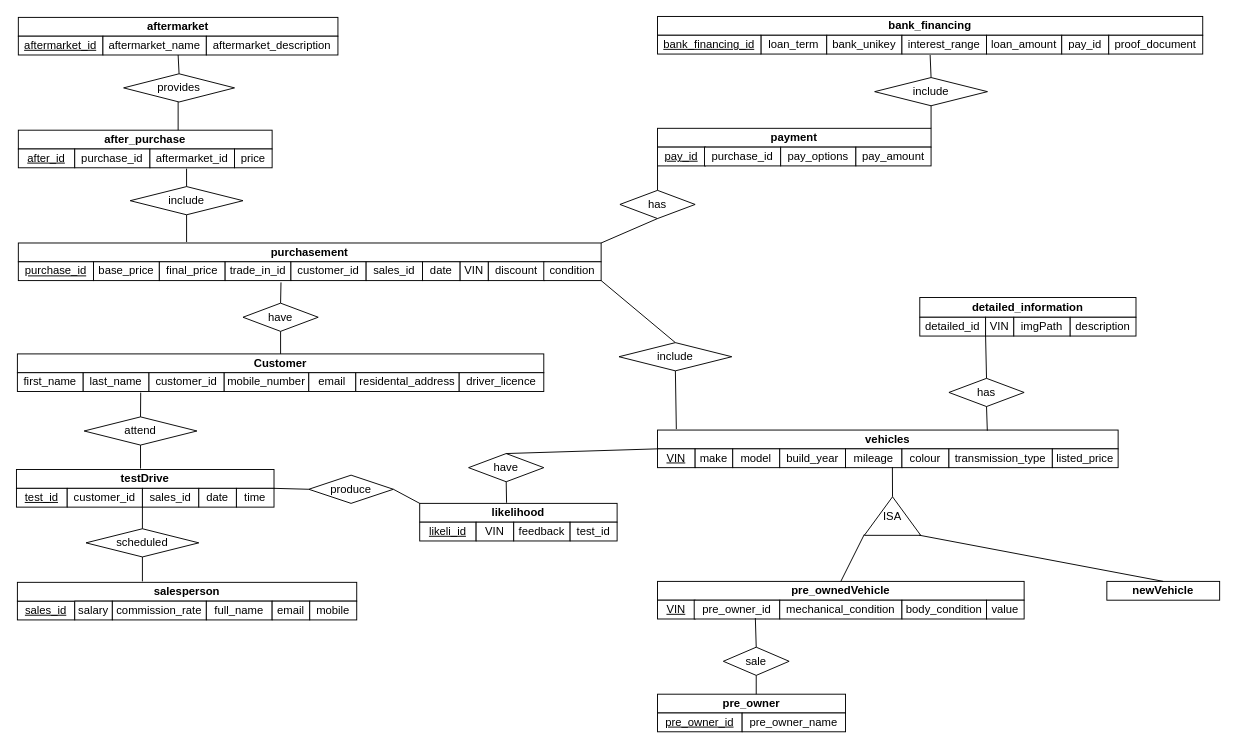
The draw.io diagram 未命名绘图.drawio in Syrus-jpg/LeetCode, before the edit. Source tidied: cells renumbered, new cells numbered last; positions are measured from the earlier drawing's top-left corner, leaving out a move shared by most shapes. Both pictures are drawn from the tidied source at 94%, with x=0, y=0 at pixel (16, 16).
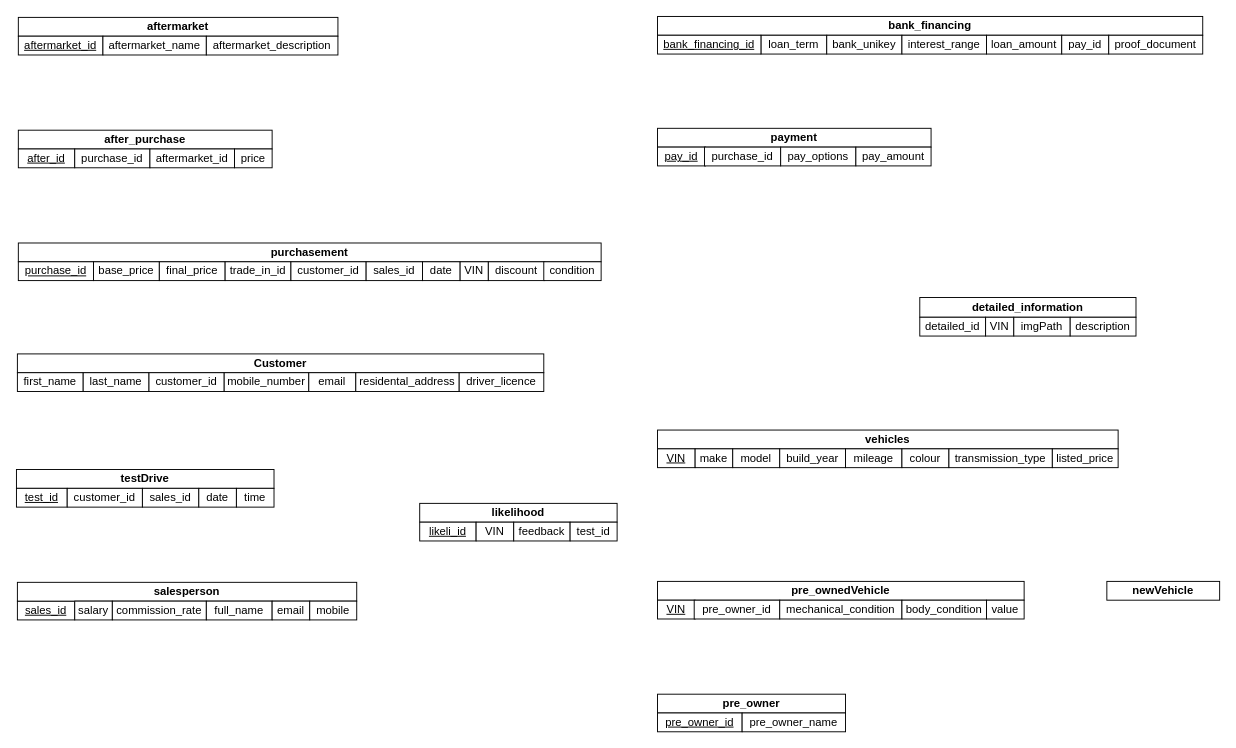
The same page after the edit.

Commit message:
更新未命名绘图2没有键位.drawio

Unchanged cells that the change refers to:
```xml
<mxCell id="2" value="&lt;b&gt;Customer&lt;/b&gt;" style="rounded=0;whiteSpace=wrap;html=1;" parent="1" vertex="1">
  <mxGeometry x="1" y="359" width="560" height="20" as="geometry" />
</mxCell>
<mxCell id="4" value="last_name" style="rounded=0;whiteSpace=wrap;html=1;" parent="1" vertex="1">
  <mxGeometry x="71" y="379" width="70" height="20" as="geometry" />
</mxCell>
<mxCell id="10" value="&lt;b&gt;testDrive&lt;/b&gt;" style="rounded=0;whiteSpace=wrap;html=1;" parent="1" vertex="1">
  <mxGeometry y="482" width="274" height="20" as="geometry" />
</mxCell>
<mxCell id="13" value="sales_id" style="rounded=0;whiteSpace=wrap;html=1;" parent="1" vertex="1">
  <mxGeometry x="134" y="502" width="60" height="20" as="geometry" />
</mxCell>
<mxCell id="23" value="&lt;b&gt;likelihood&lt;/b&gt;" style="rounded=0;whiteSpace=wrap;html=1;" parent="1" vertex="1">
  <mxGeometry x="429" y="518" width="210" height="20" as="geometry" />
</mxCell>
<mxCell id="28" value="&lt;b&gt;purchasement&lt;/b&gt;" style="rounded=0;whiteSpace=wrap;html=1;" parent="1" vertex="1">
  <mxGeometry x="2" y="241" width="620" height="20" as="geometry" />
</mxCell>
<mxCell id="32" value="trade_in_id" style="rounded=0;whiteSpace=wrap;html=1;" parent="1" vertex="1">
  <mxGeometry x="222" y="261" width="70" height="20" as="geometry" />
</mxCell>
<mxCell id="38" value="condition" style="rounded=0;whiteSpace=wrap;html=1;" parent="1" vertex="1">
  <mxGeometry x="561" y="261" width="61" height="20" as="geometry" />
</mxCell>
<mxCell id="42" value="aftermarket_id" style="rounded=0;whiteSpace=wrap;html=1;" parent="1" vertex="1">
  <mxGeometry x="142" y="141" width="90" height="20" as="geometry" />
</mxCell>
<mxCell id="48" value="&lt;b&gt;payment&lt;/b&gt;" style="rounded=0;whiteSpace=wrap;html=1;" parent="1" vertex="1">
  <mxGeometry x="682" y="119" width="291" height="20" as="geometry" />
</mxCell>
<mxCell id="49" value="&lt;u&gt;pay_id&lt;/u&gt;" style="rounded=0;whiteSpace=wrap;html=1;" parent="1" vertex="1">
  <mxGeometry x="682" y="139" width="51" height="20" as="geometry" />
</mxCell>
<mxCell id="53" value="&lt;b&gt;vehicles&lt;/b&gt;" style="rounded=0;whiteSpace=wrap;html=1;" parent="1" vertex="1">
  <mxGeometry x="682" y="440" width="490" height="20" as="geometry" />
</mxCell>
<mxCell id="54" value="&lt;u&gt;VIN&lt;/u&gt;" style="rounded=0;whiteSpace=wrap;html=1;" parent="1" vertex="1">
  <mxGeometry x="682" y="460" width="40" height="20" as="geometry" />
</mxCell>
<mxCell id="59" value="mileage" style="rounded=0;whiteSpace=wrap;html=1;" parent="1" vertex="1">
  <mxGeometry x="882" y="460" width="60" height="20" as="geometry" />
</mxCell>
<mxCell id="65" value="VIN" style="rounded=0;whiteSpace=wrap;html=1;" parent="1" vertex="1">
  <mxGeometry x="1031" y="320" width="30" height="20" as="geometry" />
</mxCell>
<mxCell id="76" value="&lt;b&gt;pre_ownedVehicle&lt;/b&gt;" style="rounded=0;whiteSpace=wrap;html=1;" parent="1" vertex="1">
  <mxGeometry x="682" y="601" width="390" height="20" as="geometry" />
</mxCell>
<mxCell id="78" value="pre_owner_id" style="rounded=0;whiteSpace=wrap;html=1;" parent="1" vertex="1">
  <mxGeometry x="721" y="621" width="91" height="20" as="geometry" />
</mxCell>
<mxCell id="85" value="&lt;b&gt;newVehicle&lt;/b&gt;" style="rounded=0;whiteSpace=wrap;html=1;" parent="1" vertex="1">
  <mxGeometry x="1160" y="601" width="120" height="20" as="geometry" />
</mxCell>
```

Change to the diagram source:
```diff
@@
-    <mxCell id="86" value="ISA" style="triangle;whiteSpace=wrap;html=1;direction=north;" parent="1" vertex="1">
-      <mxGeometry x="902" y="511" width="60" height="41" as="geometry" />
-    </mxCell>
-    <mxCell id="87" style="endArrow=none;html=1;rounded=0;exitX=0.5;exitY=0;exitDx=0;exitDy=0;" parent="1" edge="1" source="76">
-      <mxGeometry relative="1" as="geometry">
-        <mxPoint x="902" y="551" as="targetPoint" />
-      </mxGeometry>
-    </mxCell>
-    <mxCell id="88" style="endArrow=none;html=1;rounded=0;exitX=0.003;exitY=0.974;exitDx=0;exitDy=0;entryX=0.5;entryY=0;entryDx=0;entryDy=0;exitPerimeter=0;" parent="1" edge="1" source="86" target="85">
-      <mxGeometry relative="1" as="geometry" />
-    </mxCell>
-    <mxCell id="89" value="sale" style="rhombus;whiteSpace=wrap;html=1;" parent="1" vertex="1">
-      <mxGeometry x="752" y="671" width="70" height="30" as="geometry" />
-    </mxCell>
-    <mxCell id="90" style="endArrow=none;html=1;rounded=0;exitX=0.5;exitY=0;exitDx=0;exitDy=0;entryX=0.715;entryY=0.95;entryDx=0;entryDy=0;entryPerimeter=0;" parent="1" edge="1" source="89" target="78">
-      <mxGeometry relative="1" as="geometry" />
-    </mxCell>
-    <mxCell id="91" style="endArrow=none;html=1;rounded=0;exitX=0.5;exitY=1;exitDx=0;exitDy=0;" parent="1" edge="1" source="89">
-      <mxGeometry relative="1" as="geometry">
-        <mxPoint x="787" y="721" as="targetPoint" />
-      </mxGeometry>
-    </mxCell>
-    <mxCell id="92" style="endArrow=none;html=1;rounded=0;exitX=0.831;exitY=0.973;exitDx=0;exitDy=0;exitPerimeter=0;" parent="1" edge="1" source="59">
-      <mxGeometry relative="1" as="geometry">
-        <mxPoint x="932" y="511" as="targetPoint" />
-      </mxGeometry>
-    </mxCell>
-    <mxCell id="93" value="scheduled" style="rhombus;whiteSpace=wrap;html=1;" parent="1" vertex="1">
-      <mxGeometry x="74" y="545" width="120" height="30" as="geometry" />
-    </mxCell>
-    <mxCell id="94" style="endArrow=none;html=1;rounded=0;exitX=0.5;exitY=1;exitDx=0;exitDy=0;" parent="1" edge="1" source="93">
-      <mxGeometry relative="1" as="geometry">
-        <mxPoint x="134" y="601" as="targetPoint" />
-      </mxGeometry>
-    </mxCell>
-    <mxCell id="95" style="endArrow=none;html=1;rounded=0;exitX=0.5;exitY=0;exitDx=0;exitDy=0;entryX=0;entryY=1;entryDx=0;entryDy=0;" parent="1" edge="1" source="93" target="13">
-      <mxGeometry relative="1" as="geometry" />
-    </mxCell>
-    <mxCell id="96" value="attend" style="rhombus;whiteSpace=wrap;html=1;" parent="1" vertex="1">
-      <mxGeometry x="72" y="426" width="120" height="30" as="geometry" />
-    </mxCell>
-    <mxCell id="97" style="endArrow=none;html=1;rounded=0;entryX=0.5;entryY=1;entryDx=0;entryDy=0;" parent="1" edge="1" target="96">
-      <mxGeometry relative="1" as="geometry">
-        <mxPoint x="132" y="481" as="sourcePoint" />
-      </mxGeometry>
-    </mxCell>
-    <mxCell id="98" style="endArrow=none;html=1;rounded=0;entryX=0.5;entryY=0;entryDx=0;entryDy=0;exitX=0.874;exitY=1.056;exitDx=0;exitDy=0;exitPerimeter=0;" parent="1" edge="1" source="4">
-      <mxGeometry relative="1" as="geometry">
-        <mxPoint x="132" y="426" as="targetPoint" />
-      </mxGeometry>
-    </mxCell>
-    <mxCell id="99" value="have" style="rhombus;whiteSpace=wrap;html=1;" parent="1" vertex="1">
-      <mxGeometry x="241" y="305" width="80" height="30" as="geometry" />
-    </mxCell>
-    <mxCell id="100" style="endArrow=none;html=1;rounded=0;exitX=0.5;exitY=0;exitDx=0;exitDy=0;entryX=0.5;entryY=1;entryDx=0;entryDy=0;" parent="1" edge="1" source="2" target="99">
-      <mxGeometry relative="1" as="geometry" />
-    </mxCell>
-    <mxCell id="101" style="endArrow=none;html=1;rounded=0;exitX=0.5;exitY=0;exitDx=0;exitDy=0;entryX=0.849;entryY=1.097;entryDx=0;entryDy=0;entryPerimeter=0;" parent="1" edge="1" source="99" target="32">
-      <mxGeometry relative="1" as="geometry" />
-    </mxCell>
-    <mxCell id="102" value="include" style="rhombus;whiteSpace=wrap;html=1;" parent="1" vertex="1">
-      <mxGeometry x="121" y="181" width="120" height="30" as="geometry" />
-    </mxCell>
-    <mxCell id="103" style="endArrow=none;html=1;rounded=0;entryX=0.5;entryY=1;entryDx=0;entryDy=0;" parent="1" edge="1" target="102">
-      <mxGeometry relative="1" as="geometry">
-        <mxPoint x="181" y="240" as="sourcePoint" />
-      </mxGeometry>
-    </mxCell>
-    <mxCell id="104" style="endArrow=none;html=1;rounded=0;exitX=0.5;exitY=0;exitDx=0;exitDy=0;entryX=0.433;entryY=1.044;entryDx=0;entryDy=0;entryPerimeter=0;" parent="1" edge="1" source="102" target="42">
-      <mxGeometry relative="1" as="geometry" />
-    </mxCell>
-    <mxCell id="105" value="provides" style="rhombus;whiteSpace=wrap;html=1;" parent="1" vertex="1">
-      <mxGeometry x="114" y="61" width="118" height="30" as="geometry" />
-    </mxCell>
-    <mxCell id="106" style="endArrow=none;html=1;rounded=0;entryX=0.5;entryY=1;entryDx=0;entryDy=0;" parent="1" edge="1">
-      <mxGeometry relative="1" as="geometry">
-        <mxPoint x="172" y="121" as="sourcePoint" />
-        <mxPoint x="172" y="91" as="targetPoint" />
-      </mxGeometry>
-    </mxCell>
-    <mxCell id="107" style="endArrow=none;html=1;rounded=0;exitX=0.5;exitY=0;exitDx=0;exitDy=0;" parent="1" edge="1" source="105">
-      <mxGeometry relative="1" as="geometry">
-        <mxPoint x="172" y="41" as="targetPoint" />
-      </mxGeometry>
-    </mxCell>
-    <mxCell id="108" value="has" style="rhombus;whiteSpace=wrap;html=1;" parent="1" vertex="1">
-      <mxGeometry x="642" y="185" width="80" height="30" as="geometry" />
-    </mxCell>
-    <mxCell id="109" style="endArrow=none;html=1;rounded=0;entryX=0.5;entryY=1;entryDx=0;entryDy=0;exitX=1;exitY=0;exitDx=0;exitDy=0;" parent="1" edge="1" source="28" target="108">
-      <mxGeometry relative="1" as="geometry" />
-    </mxCell>
-    <mxCell id="110" style="endArrow=none;html=1;rounded=0;exitX=0.5;exitY=0;exitDx=0;exitDy=0;entryX=0;entryY=1;entryDx=0;entryDy=0;" parent="1" edge="1" source="108" target="49">
-      <mxGeometry relative="1" as="geometry" />
-    </mxCell>
-    <mxCell id="111" value="include" style="rhombus;whiteSpace=wrap;html=1;" parent="1" vertex="1">
-      <mxGeometry x="913" y="65" width="120" height="30" as="geometry" />
-    </mxCell>
-    <mxCell id="112" style="endArrow=none;html=1;rounded=0;entryX=0.5;entryY=1;entryDx=0;entryDy=0;exitX=1;exitY=0;exitDx=0;exitDy=0;" parent="1" edge="1" source="48" target="111">
-      <mxGeometry relative="1" as="geometry" />
-    </mxCell>
-    <mxCell id="113" style="endArrow=none;html=1;rounded=0;exitX=0.5;exitY=0;exitDx=0;exitDy=0;" parent="1" edge="1" source="111">
-      <mxGeometry relative="1" as="geometry">
-        <mxPoint x="972" y="41" as="targetPoint" />
-      </mxGeometry>
-    </mxCell>
-    <mxCell id="114" value="include" style="rhombus;whiteSpace=wrap;html=1;" parent="1" vertex="1">
-      <mxGeometry x="641" y="347" width="120" height="30" as="geometry" />
-    </mxCell>
-    <mxCell id="115" style="endArrow=none;html=1;rounded=0;exitX=1;exitY=1;exitDx=0;exitDy=0;entryX=0.5;entryY=0;entryDx=0;entryDy=0;" parent="1" edge="1" source="38" target="114">
-      <mxGeometry relative="1" as="geometry" />
-    </mxCell>
-    <mxCell id="116" style="endArrow=none;html=1;rounded=0;exitX=0.5;exitY=1;exitDx=0;exitDy=0;" parent="1" edge="1" source="114">
-      <mxGeometry relative="1" as="geometry">
-        <mxPoint x="702" y="439" as="targetPoint" />
-      </mxGeometry>
-    </mxCell>
-    <mxCell id="117" value="has" style="rhombus;whiteSpace=wrap;html=1;" parent="1" vertex="1">
-      <mxGeometry x="992" y="385" width="80" height="30" as="geometry" />
-    </mxCell>
-    <mxCell id="118" style="endArrow=none;html=1;rounded=0;exitX=0.716;exitY=0.035;exitDx=0;exitDy=0;exitPerimeter=0;entryX=0.5;entryY=1;entryDx=0;entryDy=0;" parent="1" edge="1" source="53" target="117">
-      <mxGeometry relative="1" as="geometry" />
-    </mxCell>
-    <mxCell id="119" style="endArrow=none;html=1;rounded=0;exitX=0.5;exitY=0;exitDx=0;exitDy=0;entryX=0;entryY=1;entryDx=0;entryDy=0;" parent="1" edge="1" source="117" target="65">
-      <mxGeometry relative="1" as="geometry" />
-    </mxCell>
-    <mxCell id="120" value="have" style="rhombus;whiteSpace=wrap;html=1;" parent="1" vertex="1">
-      <mxGeometry x="481" y="465" width="80" height="30" as="geometry" />
-    </mxCell>
-    <mxCell id="121" style="endArrow=none;html=1;rounded=0;entryX=0.5;entryY=1;entryDx=0;entryDy=0;exitX=0.44;exitY=-0.031;exitDx=0;exitDy=0;exitPerimeter=0;" parent="1" edge="1" source="23" target="120">
-      <mxGeometry relative="1" as="geometry" />
-    </mxCell>
-    <mxCell id="122" style="endArrow=none;html=1;rounded=0;entryX=0;entryY=0;entryDx=0;entryDy=0;exitX=0.5;exitY=0;exitDx=0;exitDy=0;" parent="1" edge="1" source="120" target="54">
-      <mxGeometry relative="1" as="geometry" />
-    </mxCell>
-    <mxCell id="123" value="produce" style="rhombus;whiteSpace=wrap;html=1;" parent="1" vertex="1">
-      <mxGeometry x="311" y="488" width="90" height="30" as="geometry" />
-    </mxCell>
-    <mxCell id="124" style="endArrow=none;html=1;rounded=0;exitX=1;exitY=1;exitDx=0;exitDy=0;entryX=0;entryY=0.5;entryDx=0;entryDy=0;" parent="1" edge="1" source="10" target="123">
-      <mxGeometry relative="1" as="geometry" />
-    </mxCell>
-    <mxCell id="125" style="endArrow=none;html=1;rounded=0;exitX=1;exitY=0.5;exitDx=0;exitDy=0;entryX=0;entryY=0;entryDx=0;entryDy=0;" parent="1" edge="1" source="123" target="23">
-      <mxGeometry relative="1" as="geometry" />
-    </mxCell>
```
